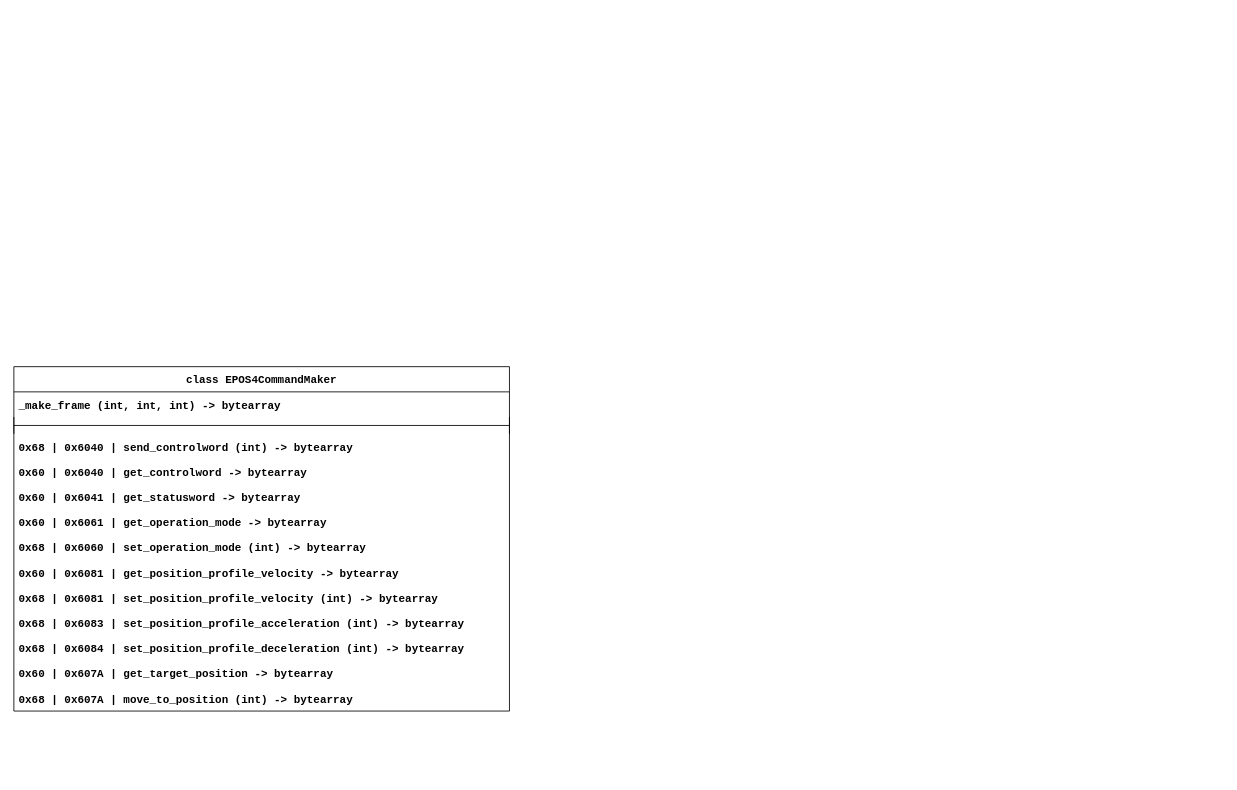
Korzhak/EPOS4_Python keeps this draw.io diagram as docs/Structure.drawio. Above is the earlier version. Source tidied: cells renumbered, new cells numbered last; positions are measured from the earlier drawing's top-left corner, leaving out a move shared by most shapes. Both pictures are drawn from the tidied source at 84%, with x=0, y=0 at pixel (13, 366).
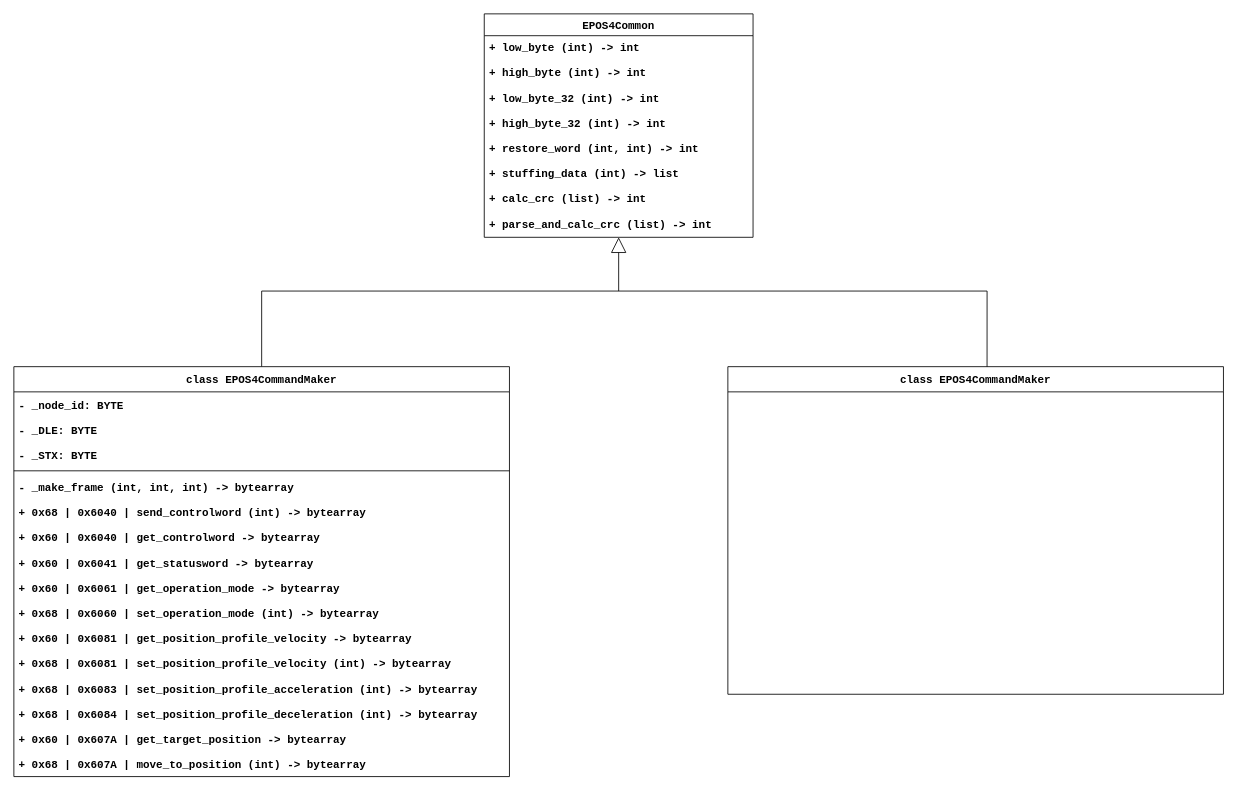
The same diagram, later.

The edit, as a diff of the source:
```diff
@@
+    <mxCell id="16" style="edgeStyle=orthogonalEdgeStyle;rounded=0;jettySize=auto;html=1;exitX=0.5;exitY=0;exitDx=0;exitDy=0;entryX=0.523;entryY=0.001;entryDx=0;entryDy=0;entryPerimeter=0;fontFamily=Courier New;fontSize=13;endArrow=none;endFill=0;" parent="1" edge="1" source="2" target="30">
+      <mxGeometry relative="1" as="geometry">
+        <Array as="points">
+          <mxPoint x="295" y="-90" />
+          <mxPoint x="1159" y="-90" />
+        </Array>
+      </mxGeometry>
+    </mxCell>
     <mxCell id="2" value="class EPOS4CommandMaker" style="swimlane;fontStyle=1;horizontal=1;startSize=30;fontFamily=Courier New;fontSize=13;" parent="1" vertex="1">
-      <mxGeometry width="590" height="410" as="geometry" />
+      <mxGeometry width="590" height="488" as="geometry" />
     </mxCell>
+    <mxCell id="17" value="- _node_id: BYTE " style="text;strokeColor=none;fillColor=none;align=left;verticalAlign=middle;spacingLeft=4;spacingRight=4;overflow=hidden;fontFamily=Courier New;fontStyle=1;fontSize=13;" parent="2" vertex="1">
+      <mxGeometry y="30" width="590" height="30" as="geometry" />
+    </mxCell>
+    <mxCell id="18" value="- _DLE: BYTE " style="text;strokeColor=none;fillColor=none;align=left;verticalAlign=middle;spacingLeft=4;spacingRight=4;overflow=hidden;fontFamily=Courier New;fontStyle=1;fontSize=13;" parent="2" vertex="1">
+      <mxGeometry y="60" width="590" height="30" as="geometry" />
+    </mxCell>
+    <mxCell id="19" value="- _STX: BYTE " style="text;strokeColor=none;fillColor=none;align=left;verticalAlign=middle;spacingLeft=4;spacingRight=4;overflow=hidden;fontFamily=Courier New;fontStyle=1;fontSize=13;" parent="2" vertex="1">
+      <mxGeometry y="90" width="590" height="30" as="geometry" />
+    </mxCell>
+    <mxCell id="20" style="line;strokeWidth=1;fillColor=none;align=left;verticalAlign=middle;spacingTop=-1;spacingLeft=3;spacingRight=3;labelPosition=right;strokeColor=inherit;fontFamily=Courier New;fontSize=13;" parent="2" vertex="1">
+      <mxGeometry y="120" width="590" height="8" as="geometry" />
+    </mxCell>
-    <mxCell id="3" value="_make_frame (int, int, int) -&gt; bytearray" style="text;strokeColor=none;fillColor=none;align=left;verticalAlign=middle;spacingLeft=4;spacingRight=4;overflow=hidden;fontFamily=Courier New;fontStyle=1;fontSize=13;" parent="2" vertex="1">
-      <mxGeometry y="30" width="590" height="30" as="geometry" />
+    <mxCell id="3" value="- _make_frame (int, int, int) -&gt; bytearray" style="text;strokeColor=none;fillColor=none;align=left;verticalAlign=middle;spacingLeft=4;spacingRight=4;overflow=hidden;fontFamily=Courier New;fontStyle=1;fontSize=13;" parent="2" vertex="1">
+      <mxGeometry y="128" width="590" height="30" as="geometry" />
     </mxCell>
-    <mxCell id="4" style="shape=crossbar;whiteSpace=wrap;html=1;rounded=1;fontFamily=Courier New;fontSize=13;" parent="2" vertex="1">
-      <mxGeometry y="60" width="590" height="20" as="geometry" />
-    </mxCell>
-    <mxCell id="5" value="0x68 | 0x6040 | send_controlword (int) -&gt; bytearray" style="text;strokeColor=none;fillColor=none;align=left;verticalAlign=middle;spacingLeft=4;spacingRight=4;overflow=hidden;fontFamily=Courier New;fontStyle=1;fontSize=13;" parent="2" vertex="1">
-      <mxGeometry y="80" width="590" height="30" as="geometry" />
+    <mxCell id="5" value="+ 0x68 | 0x6040 | send_controlword (int) -&gt; bytearray" style="text;strokeColor=none;fillColor=none;align=left;verticalAlign=middle;spacingLeft=4;spacingRight=4;overflow=hidden;fontFamily=Courier New;fontStyle=1;fontSize=13;" parent="2" vertex="1">
+      <mxGeometry y="158" width="590" height="30" as="geometry" />
     </mxCell>
-    <mxCell id="6" value="0x60 | 0x6040 | get_controlword -&gt; bytearray" style="text;strokeColor=none;fillColor=none;align=left;verticalAlign=middle;spacingLeft=4;spacingRight=4;overflow=hidden;fontFamily=Courier New;fontStyle=1;fontSize=13;" parent="2" vertex="1">
-      <mxGeometry y="110" width="590" height="30" as="geometry" />
+    <mxCell id="6" value="+ 0x60 | 0x6040 | get_controlword -&gt; bytearray" style="text;strokeColor=none;fillColor=none;align=left;verticalAlign=middle;spacingLeft=4;spacingRight=4;overflow=hidden;fontFamily=Courier New;fontStyle=1;fontSize=13;" parent="2" vertex="1">
+      <mxGeometry y="188" width="590" height="30" as="geometry" />
     </mxCell>
-    <mxCell id="7" value="0x60 | 0x6041 | get_statusword -&gt; bytearray" style="text;strokeColor=none;fillColor=none;align=left;verticalAlign=middle;spacingLeft=4;spacingRight=4;overflow=hidden;fontFamily=Courier New;fontStyle=1;fontSize=13;" parent="2" vertex="1">
-      <mxGeometry y="140" width="590" height="30" as="geometry" />
+    <mxCell id="7" value="+ 0x60 | 0x6041 | get_statusword -&gt; bytearray" style="text;strokeColor=none;fillColor=none;align=left;verticalAlign=middle;spacingLeft=4;spacingRight=4;overflow=hidden;fontFamily=Courier New;fontStyle=1;fontSize=13;" parent="2" vertex="1">
+      <mxGeometry y="218" width="590" height="30" as="geometry" />
     </mxCell>
-    <mxCell id="8" value="0x60 | 0x6061 | get_operation_mode -&gt; bytearray" style="text;strokeColor=none;fillColor=none;align=left;verticalAlign=middle;spacingLeft=4;spacingRight=4;overflow=hidden;fontFamily=Courier New;fontStyle=1;fontSize=13;" parent="2" vertex="1">
-      <mxGeometry y="170" width="590" height="30" as="geometry" />
+    <mxCell id="8" value="+ 0x60 | 0x6061 | get_operation_mode -&gt; bytearray" style="text;strokeColor=none;fillColor=none;align=left;verticalAlign=middle;spacingLeft=4;spacingRight=4;overflow=hidden;fontFamily=Courier New;fontStyle=1;fontSize=13;" parent="2" vertex="1">
+      <mxGeometry y="248" width="590" height="30" as="geometry" />
     </mxCell>
-    <mxCell id="9" value="0x68 | 0x6060 | set_operation_mode (int) -&gt; bytearray" style="text;strokeColor=none;fillColor=none;align=left;verticalAlign=middle;spacingLeft=4;spacingRight=4;overflow=hidden;fontFamily=Courier New;fontStyle=1;fontSize=13;" parent="2" vertex="1">
-      <mxGeometry y="200" width="590" height="30" as="geometry" />
+    <mxCell id="9" value="+ 0x68 | 0x6060 | set_operation_mode (int) -&gt; bytearray" style="text;strokeColor=none;fillColor=none;align=left;verticalAlign=middle;spacingLeft=4;spacingRight=4;overflow=hidden;fontFamily=Courier New;fontStyle=1;fontSize=13;" parent="2" vertex="1">
+      <mxGeometry y="278" width="590" height="30" as="geometry" />
     </mxCell>
-    <mxCell id="10" value="0x60 | 0x6081 | get_position_profile_velocity -&gt; bytearray" style="text;strokeColor=none;fillColor=none;align=left;verticalAlign=middle;spacingLeft=4;spacingRight=4;overflow=hidden;fontFamily=Courier New;fontStyle=1;fontSize=13;" parent="2" vertex="1">
-      <mxGeometry y="230" width="590" height="30" as="geometry" />
+    <mxCell id="10" value="+ 0x60 | 0x6081 | get_position_profile_velocity -&gt; bytearray" style="text;strokeColor=none;fillColor=none;align=left;verticalAlign=middle;spacingLeft=4;spacingRight=4;overflow=hidden;fontFamily=Courier New;fontStyle=1;fontSize=13;" parent="2" vertex="1">
+      <mxGeometry y="308" width="590" height="30" as="geometry" />
     </mxCell>
-    <mxCell id="11" value="0x68 | 0x6081 | set_position_profile_velocity (int) -&gt; bytearray" style="text;strokeColor=none;fillColor=none;align=left;verticalAlign=middle;spacingLeft=4;spacingRight=4;overflow=hidden;fontFamily=Courier New;fontStyle=1;fontSize=13;" parent="2" vertex="1">
-      <mxGeometry y="260" width="590" height="30" as="geometry" />
+    <mxCell id="11" value="+ 0x68 | 0x6081 | set_position_profile_velocity (int) -&gt; bytearray" style="text;strokeColor=none;fillColor=none;align=left;verticalAlign=middle;spacingLeft=4;spacingRight=4;overflow=hidden;fontFamily=Courier New;fontStyle=1;fontSize=13;" parent="2" vertex="1">
+      <mxGeometry y="338" width="590" height="30" as="geometry" />
     </mxCell>
-    <mxCell id="12" value="0x68 | 0x6083 | set_position_profile_acceleration (int) -&gt; bytearray" style="text;strokeColor=none;fillColor=none;align=left;verticalAlign=middle;spacingLeft=4;spacingRight=4;overflow=hidden;fontFamily=Courier New;fontStyle=1;fontSize=13;" parent="2" vertex="1">
-      <mxGeometry y="290" width="590" height="30" as="geometry" />
+    <mxCell id="12" value="+ 0x68 | 0x6083 | set_position_profile_acceleration (int) -&gt; bytearray" style="text;strokeColor=none;fillColor=none;align=left;verticalAlign=middle;spacingLeft=4;spacingRight=4;overflow=hidden;fontFamily=Courier New;fontStyle=1;fontSize=13;" parent="2" vertex="1">
+      <mxGeometry y="368" width="590" height="30" as="geometry" />
     </mxCell>
-    <mxCell id="13" value="0x68 | 0x6084 | set_position_profile_deceleration (int) -&gt; bytearray" style="text;strokeColor=none;fillColor=none;align=left;verticalAlign=middle;spacingLeft=4;spacingRight=4;overflow=hidden;fontFamily=Courier New;fontStyle=1;fontSize=13;" parent="2" vertex="1">
-      <mxGeometry y="320" width="590" height="30" as="geometry" />
+    <mxCell id="13" value="+ 0x68 | 0x6084 | set_position_profile_deceleration (int) -&gt; bytearray" style="text;strokeColor=none;fillColor=none;align=left;verticalAlign=middle;spacingLeft=4;spacingRight=4;overflow=hidden;fontFamily=Courier New;fontStyle=1;fontSize=13;" parent="2" vertex="1">
+      <mxGeometry y="398" width="590" height="30" as="geometry" />
     </mxCell>
-    <mxCell id="14" value="0x60 | 0x607A | get_target_position -&gt; bytearray" style="text;strokeColor=none;fillColor=none;align=left;verticalAlign=middle;spacingLeft=4;spacingRight=4;overflow=hidden;fontFamily=Courier New;fontStyle=1;fontSize=13;" parent="2" vertex="1">
-      <mxGeometry y="350" width="590" height="30" as="geometry" />
+    <mxCell id="14" value="+ 0x60 | 0x607A | get_target_position -&gt; bytearray" style="text;strokeColor=none;fillColor=none;align=left;verticalAlign=middle;spacingLeft=4;spacingRight=4;overflow=hidden;fontFamily=Courier New;fontStyle=1;fontSize=13;" parent="2" vertex="1">
+      <mxGeometry y="428" width="590" height="30" as="geometry" />
     </mxCell>
-    <mxCell id="15" value="0x68 | 0x607A | move_to_position (int) -&gt; bytearray" style="text;strokeColor=none;fillColor=none;align=left;verticalAlign=middle;spacingLeft=4;spacingRight=4;overflow=hidden;fontFamily=Courier New;fontStyle=1;fontSize=13;" parent="2" vertex="1">
-      <mxGeometry y="380" width="590" height="30" as="geometry" />
+    <mxCell id="15" value="+ 0x68 | 0x607A | move_to_position (int) -&gt; bytearray" style="text;strokeColor=none;fillColor=none;align=left;verticalAlign=middle;spacingLeft=4;spacingRight=4;overflow=hidden;fontFamily=Courier New;fontStyle=1;fontSize=13;" parent="2" vertex="1">
+      <mxGeometry y="458" width="590" height="30" as="geometry" />
     </mxCell>
+    <mxCell id="21" value="EPOS4Common" style="swimlane;fontStyle=1;horizontal=1;startSize=26;align=center;fontSize=13;fontFamily=Courier New;" parent="1" vertex="1">
+      <mxGeometry x="560" y="-420" width="320" height="266" as="geometry" />
+    </mxCell>
+    <mxCell id="22" value="+ low_byte (int) -&gt; int" style="text;strokeColor=none;fillColor=none;spacingLeft=4;spacingRight=4;overflow=hidden;fontSize=13;fontFamily=Courier New;fontStyle=1;" parent="21" vertex="1">
+      <mxGeometry y="26" width="320" height="30" as="geometry" />
+    </mxCell>
+    <mxCell id="23" value="+ high_byte (int) -&gt; int" style="text;strokeColor=none;fillColor=none;spacingLeft=4;spacingRight=4;overflow=hidden;fontSize=13;fontFamily=Courier New;fontStyle=1;" parent="21" vertex="1">
+      <mxGeometry y="56" width="320" height="30" as="geometry" />
+    </mxCell>
+    <mxCell id="24" value="+ low_byte_32 (int) -&gt; int" style="text;strokeColor=none;fillColor=none;spacingLeft=4;spacingRight=4;overflow=hidden;fontSize=13;fontFamily=Courier New;fontStyle=1;" parent="21" vertex="1">
+      <mxGeometry y="86" width="320" height="30" as="geometry" />
+    </mxCell>
+    <mxCell id="25" value="+ high_byte_32 (int) -&gt; int" style="text;strokeColor=none;fillColor=none;spacingLeft=4;spacingRight=4;overflow=hidden;fontSize=13;fontFamily=Courier New;fontStyle=1;" parent="21" vertex="1">
+      <mxGeometry y="116" width="320" height="30" as="geometry" />
+    </mxCell>
+    <mxCell id="26" value="+ restore_word (int, int) -&gt; int" style="text;strokeColor=none;fillColor=none;spacingLeft=4;spacingRight=4;overflow=hidden;fontSize=13;fontFamily=Courier New;fontStyle=1;" parent="21" vertex="1">
+      <mxGeometry y="146" width="320" height="30" as="geometry" />
+    </mxCell>
+    <mxCell id="27" value="+ stuffing_data (int) -&gt; list" style="text;strokeColor=none;fillColor=none;spacingLeft=4;spacingRight=4;overflow=hidden;fontSize=13;fontFamily=Courier New;fontStyle=1;" parent="21" vertex="1">
+      <mxGeometry y="176" width="320" height="30" as="geometry" />
+    </mxCell>
+    <mxCell id="28" value="+ calc_crc (list) -&gt; int" style="text;strokeColor=none;fillColor=none;spacingLeft=4;spacingRight=4;overflow=hidden;fontSize=13;fontFamily=Courier New;fontStyle=1;" parent="21" vertex="1">
+      <mxGeometry y="206" width="320" height="30" as="geometry" />
+    </mxCell>
+    <mxCell id="29" value="+ parse_and_calc_crc (list) -&gt; int" style="text;strokeColor=none;fillColor=none;spacingLeft=4;spacingRight=4;overflow=hidden;points=[[0,0.5],[1,0.5]];portConstraint=eastwest;fontSize=13;fontFamily=Courier New;fontStyle=1;" parent="21" vertex="1">
+      <mxGeometry y="236" width="320" height="30" as="geometry" />
+    </mxCell>
+    <mxCell id="30" value="class EPOS4CommandMaker" style="swimlane;fontStyle=1;horizontal=1;startSize=30;fontFamily=Courier New;fontSize=13;" parent="1" vertex="1">
+      <mxGeometry x="850" width="590" height="390" as="geometry" />
+    </mxCell>
+    <mxCell id="31" style="endArrow=block;endSize=16;endFill=0;html=1;rounded=0;fontFamily=Courier New;fontSize=13;" parent="1" edge="1" target="29">
+      <mxGeometry relative="1" as="geometry">
+        <mxPoint x="720" y="-90" as="sourcePoint" />
+      </mxGeometry>
+    </mxCell>
```
